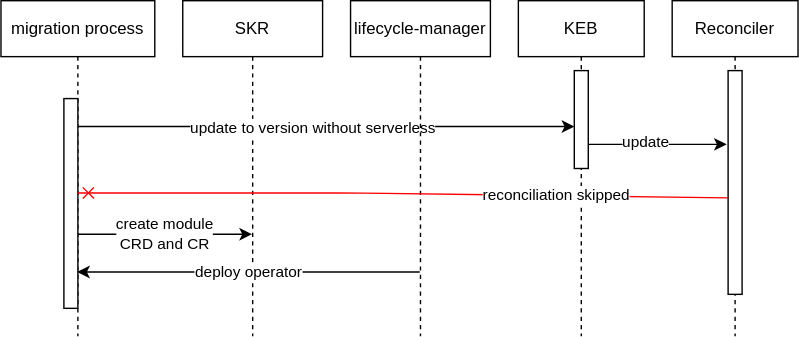
Earlier version of the draw.io export concepts/modularization/assets/migration.drawio.svg (kyma-project/community). Source tidied: cells renumbered, new cells last; positions are measured from the earlier drawing's top-left corner, leaving out a move shared by most shapes.
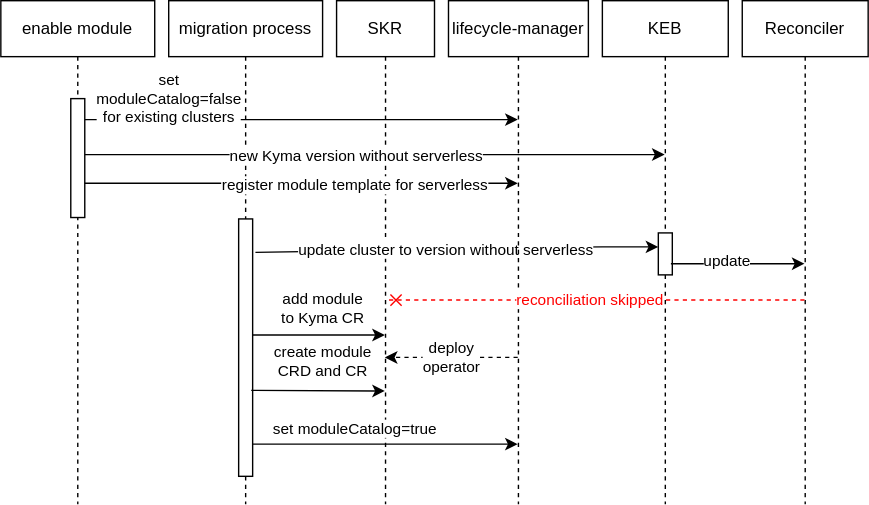
Above is the later version.

Commit message:
Apply review comments

Diff of the diagram source:
```diff
@@ -3,71 +3,108 @@
     <mxCell id="0" />
     <mxCell id="1" parent="0" />
     <mxCell id="2" value="SKR" style="shape=umlLifeline;perimeter=lifelinePerimeter;whiteSpace=wrap;html=1;outlineConnect=0;" parent="1" vertex="1">
-      <mxGeometry x="130" width="100" height="240" as="geometry" />
+      <mxGeometry x="130" width="70" height="360" as="geometry" />
     </mxCell>
+    <mxCell id="17" value="set&lt;br&gt;moduleCatalog=false&lt;br&gt;for existing clusters" style="edgeStyle=none;html=1;fontColor=#000000;endArrow=classic;endFill=1;strokeColor=#000000;strokeWidth=1;" parent="2" edge="1">
+      <mxGeometry x="-0.61" y="15" relative="1" as="geometry">
+        <mxPoint x="-180" y="85" as="sourcePoint" />
+        <mxPoint x="129.5" y="85" as="targetPoint" />
+      </mxGeometry>
+    </mxCell>
     <mxCell id="3" value="KEB" style="shape=umlLifeline;perimeter=lifelinePerimeter;whiteSpace=wrap;html=1;lifelineDashed=1;" parent="1" vertex="1">
-      <mxGeometry x="370" width="90" height="240" as="geometry" />
+      <mxGeometry x="320" width="90" height="360" as="geometry" />
     </mxCell>
     <mxCell id="4" style="html=1;points=[];perimeter=orthogonalPerimeter;" parent="3" vertex="1">
-      <mxGeometry x="40" y="50" width="10" height="70" as="geometry" />
+      <mxGeometry x="40" y="166" width="10" height="30" as="geometry" />
     </mxCell>
-    <mxCell id="5" style="edgeStyle=none;html=1;" parent="1" edge="1" source="7">
+    <mxCell id="5" style="edgeStyle=none;html=1;exitX=1.2;exitY=0.13;exitDx=0;exitDy=0;exitPerimeter=0;" parent="1" edge="1" source="8">
       <mxGeometry relative="1" as="geometry">
-        <mxPoint x="410" y="90" as="targetPoint" />
+        <mxPoint x="360" y="176" as="targetPoint" />
         <Array as="points">
-          <mxPoint x="310" y="90" />
+          <mxPoint x="310" y="176" />
         </Array>
       </mxGeometry>
     </mxCell>
-    <mxCell id="6" value="update to version without serverless" style="edgeLabel;html=1;align=center;verticalAlign=middle;" parent="5" vertex="1">
+    <mxCell id="6" value="update cluster to version without serverless" style="edgeLabel;html=1;align=center;verticalAlign=middle;" parent="5" vertex="1">
       <mxGeometry x="-0.06" y="1" relative="1" as="geometry">
         <mxPoint x="1" y="1" as="offset" />
       </mxGeometry>
     </mxCell>
     <mxCell id="7" value="migration process" style="shape=umlLifeline;perimeter=lifelinePerimeter;whiteSpace=wrap;html=1;outlineConnect=0;" parent="1" vertex="1">
-      <mxGeometry width="110" height="240" as="geometry" />
+      <mxGeometry x="10" width="110" height="360" as="geometry" />
     </mxCell>
     <mxCell id="8" style="html=1;points=[];perimeter=orthogonalPerimeter;" parent="7" vertex="1">
-      <mxGeometry x="45" y="70" width="10" height="150" as="geometry" />
+      <mxGeometry x="50" y="156" width="10" height="184" as="geometry" />
     </mxCell>
-    <mxCell id="9" value="&lt;meta charset=&quot;utf-8&quot;&gt;&lt;span style=&quot;color: rgb(0, 0, 0); font-family: helvetica; font-size: 11px; font-style: normal; font-weight: 400; letter-spacing: normal; text-align: center; text-indent: 0px; text-transform: none; word-spacing: 0px; background-color: rgb(255, 255, 255); display: inline; float: none;&quot;&gt;deploy operator&lt;/span&gt;" style="edgeStyle=none;html=1;fontColor=#000000;endArrow=classic;endFill=1;strokeColor=#000000;strokeWidth=1;" parent="1" edge="1">
+    <mxCell id="9" value="&lt;span style=&quot;color: rgb(0 , 0 , 0) ; font-family: &amp;#34;helvetica&amp;#34; ; font-size: 11px ; font-style: normal ; font-weight: 400 ; letter-spacing: normal ; text-align: center ; text-indent: 0px ; text-transform: none ; word-spacing: 0px ; background-color: rgb(255 , 255 , 255) ; display: inline ; float: none&quot;&gt;deploy&lt;br&gt;operator&lt;/span&gt;" style="edgeStyle=none;html=1;fontColor=#000000;endArrow=classic;endFill=1;strokeColor=#000000;strokeWidth=1;dashed=1;" parent="1" edge="1" target="2">
       <mxGeometry relative="1" as="geometry">
-        <mxPoint x="299.5" y="194" as="sourcePoint" />
-        <mxPoint x="54.5" y="194" as="targetPoint" />
+        <mxPoint x="259.5" y="255" as="sourcePoint" />
       </mxGeometry>
     </mxCell>
     <mxCell id="10" value="lifecycle-manager" style="shape=umlLifeline;perimeter=lifelinePerimeter;whiteSpace=wrap;html=1;lifelineDashed=1;" parent="1" vertex="1">
-      <mxGeometry x="250" width="100" height="240" as="geometry" />
+      <mxGeometry x="210" width="100" height="360" as="geometry" />
     </mxCell>
+    <mxCell id="18" style="edgeStyle=none;html=1;fontColor=#000000;endArrow=classic;endFill=1;strokeColor=#000000;strokeWidth=1;" parent="10" edge="1">
+      <mxGeometry relative="1" as="geometry">
+        <mxPoint x="-260" y="110" as="sourcePoint" />
+        <mxPoint x="154.5" y="110" as="targetPoint" />
+      </mxGeometry>
+    </mxCell>
+    <mxCell id="19" value="new Kyma version without serverless" style="edgeLabel;html=1;align=center;verticalAlign=middle;fontColor=#000000;" parent="18" vertex="1">
+      <mxGeometry x="-0.07" relative="1" as="geometry" />
+    </mxCell>
     <mxCell id="11" value="Reconciler" style="shape=umlLifeline;perimeter=lifelinePerimeter;whiteSpace=wrap;html=1;outlineConnect=0;lifelineDashed=1;" parent="1" vertex="1">
-      <mxGeometry x="480" width="90" height="240" as="geometry" />
+      <mxGeometry x="420" width="90" height="360" as="geometry" />
     </mxCell>
-    <mxCell id="12" style="html=1;perimeter=orthogonalPerimeter;" parent="11" vertex="1">
-      <mxGeometry x="40" y="50" width="10" height="160" as="geometry" />
-    </mxCell>
-    <mxCell id="13" style="edgeStyle=none;html=1;entryX=-0.1;entryY=0.217;entryDx=0;entryDy=0;entryPerimeter=0;fontColor=#006600;endArrow=classic;endFill=1;strokeColor=#000000;strokeWidth=1;" parent="1" edge="1">
-      <mxGeometry relative="1" as="geometry">
-        <mxPoint x="420" y="102.7" as="sourcePoint" />
-        <mxPoint x="519" y="102.7" as="targetPoint" />
-      </mxGeometry>
+    <mxCell id="13" style="edgeStyle=none;html=1;fontColor=#006600;endArrow=classic;endFill=1;strokeColor=#000000;strokeWidth=1;exitX=0.9;exitY=0.733;exitDx=0;exitDy=0;exitPerimeter=0;" parent="1" edge="1" source="4" target="11">
+      <mxGeometry relative="1" as="geometry" />
     </mxCell>
     <mxCell id="14" value="&lt;font color=&quot;#000000&quot;&gt;update&lt;/font&gt;" style="edgeLabel;html=1;align=center;verticalAlign=middle;fontColor=#006600;" parent="13" vertex="1">
       <mxGeometry x="-0.19" y="2" relative="1" as="geometry" />
     </mxCell>
-    <mxCell id="15" value="reconciliation skipped" style="edgeStyle=none;html=1;strokeColor=#FF0000;endArrow=cross;endFill=0;exitX=0;exitY=0.519;exitDx=0;exitDy=0;exitPerimeter=0;" parent="1" edge="1">
-      <mxGeometry x="-0.47" relative="1" as="geometry">
-        <mxPoint x="520" y="141" as="sourcePoint" />
-        <mxPoint x="54.5" y="137.5" as="targetPoint" />
-        <Array as="points">
-          <mxPoint x="250" y="137.5" />
-        </Array>
+    <mxCell id="15" value="reconciliation skipped" style="edgeStyle=none;html=1;strokeColor=#FF0000;endArrow=cross;endFill=0;dashed=1;fontColor=#FF0000;" parent="1" edge="1" target="2">
+      <mxGeometry x="0.03" relative="1" as="geometry">
+        <mxPoint x="464.5" y="214" as="sourcePoint" />
+        <mxPoint x="1" as="offset" />
       </mxGeometry>
     </mxCell>
-    <mxCell id="16" value="&lt;meta charset=&quot;utf-8&quot;&gt;&lt;span style=&quot;color: rgb(0, 0, 0); font-family: helvetica; font-size: 11px; font-style: normal; font-weight: 400; letter-spacing: normal; text-align: center; text-indent: 0px; text-transform: none; word-spacing: 0px; background-color: rgb(255, 255, 255); display: inline; float: none;&quot;&gt;create module&lt;/span&gt;&lt;br style=&quot;color: rgb(0, 0, 0); font-family: helvetica; font-size: 11px; font-style: normal; font-weight: 400; letter-spacing: normal; text-align: center; text-indent: 0px; text-transform: none; word-spacing: 0px;&quot;&gt;&lt;span style=&quot;color: rgb(0, 0, 0); font-family: helvetica; font-size: 11px; font-style: normal; font-weight: 400; letter-spacing: normal; text-align: center; text-indent: 0px; text-transform: none; word-spacing: 0px; background-color: rgb(255, 255, 255); display: inline; float: none;&quot;&gt;CRD and CR&lt;/span&gt;" style="edgeStyle=none;html=1;fontColor=#000000;endArrow=classic;endFill=1;strokeColor=#000000;strokeWidth=1;" parent="1" edge="1">
-      <mxGeometry relative="1" as="geometry">
-        <mxPoint x="55" y="167" as="sourcePoint" />
-        <mxPoint x="179.5" y="167" as="targetPoint" />
+    <mxCell id="16" value="&lt;meta charset=&quot;utf-8&quot;&gt;&lt;span style=&quot;color: rgb(0, 0, 0); font-family: helvetica; font-size: 11px; font-style: normal; font-weight: 400; letter-spacing: normal; text-align: center; text-indent: 0px; text-transform: none; word-spacing: 0px; background-color: rgb(255, 255, 255); display: inline; float: none;&quot;&gt;create module&lt;/span&gt;&lt;br style=&quot;color: rgb(0, 0, 0); font-family: helvetica; font-size: 11px; font-style: normal; font-weight: 400; letter-spacing: normal; text-align: center; text-indent: 0px; text-transform: none; word-spacing: 0px;&quot;&gt;&lt;span style=&quot;color: rgb(0, 0, 0); font-family: helvetica; font-size: 11px; font-style: normal; font-weight: 400; letter-spacing: normal; text-align: center; text-indent: 0px; text-transform: none; word-spacing: 0px; background-color: rgb(255, 255, 255); display: inline; float: none;&quot;&gt;CRD and CR&lt;/span&gt;" style="edgeStyle=none;html=1;fontColor=#000000;endArrow=classic;endFill=1;strokeColor=#000000;strokeWidth=1;exitX=0.9;exitY=0.628;exitDx=0;exitDy=0;exitPerimeter=0;" parent="1" edge="1">
+      <mxGeometry x="0.07" y="21" relative="1" as="geometry">
+        <mxPoint x="69" y="278.6" as="sourcePoint" />
+        <mxPoint x="164.5" y="279" as="targetPoint" />
       </mxGeometry>
     </mxCell>
+    <mxCell id="20" value="enable module" style="shape=umlLifeline;perimeter=lifelinePerimeter;whiteSpace=wrap;html=1;" parent="1" vertex="1">
+      <mxGeometry x="-110" width="110" height="360" as="geometry" />
+    </mxCell>
+    <mxCell id="21" style="html=1;perimeter=orthogonalPerimeter;" parent="20" vertex="1">
+      <mxGeometry x="50" y="70" width="10" height="85" as="geometry" />
+    </mxCell>
+    <mxCell id="22" style="edgeStyle=none;html=1;fontColor=#000000;endArrow=classic;endFill=1;strokeColor=#000000;strokeWidth=1;" parent="1" edge="1">
+      <mxGeometry relative="1" as="geometry">
+        <mxPoint x="-50" y="130.5" as="sourcePoint" />
+        <mxPoint x="259.5" y="130.5" as="targetPoint" />
+      </mxGeometry>
+    </mxCell>
+    <mxCell id="23" value="register module template for serverless" style="edgeLabel;html=1;align=center;verticalAlign=middle;fontColor=#000000;" parent="22" vertex="1">
+      <mxGeometry x="0.24" y="-1" relative="1" as="geometry" />
+    </mxCell>
+    <mxCell id="24" style="edgeStyle=none;html=1;fontColor=#000000;endArrow=classic;endFill=1;strokeColor=#000000;strokeWidth=1;" parent="1" edge="1">
+      <mxGeometry relative="1" as="geometry">
+        <mxPoint x="70" y="317" as="sourcePoint" />
+        <mxPoint x="259.5" y="317" as="targetPoint" />
+      </mxGeometry>
+    </mxCell>
+    <mxCell id="25" value="set moduleCatalog=true" style="edgeLabel;html=1;align=center;verticalAlign=middle;fontColor=#000000;" parent="24" vertex="1">
+      <mxGeometry x="-0.24" y="2" relative="1" as="geometry">
+        <mxPoint y="-10" as="offset" />
+      </mxGeometry>
+    </mxCell>
+    <mxCell id="26" value="add module &lt;br&gt;to Kyma CR" style="edgeStyle=none;html=1;fontColor=#000000;endArrow=classic;endFill=1;strokeColor=#000000;strokeWidth=1;" parent="1" edge="1">
+      <mxGeometry x="0.06" y="19" relative="1" as="geometry">
+        <mxPoint x="70" y="239" as="sourcePoint" />
+        <mxPoint x="164.5" y="239" as="targetPoint" />
+      </mxGeometry>
+    </mxCell>
   </root>
 </mxGraphModel>
```
